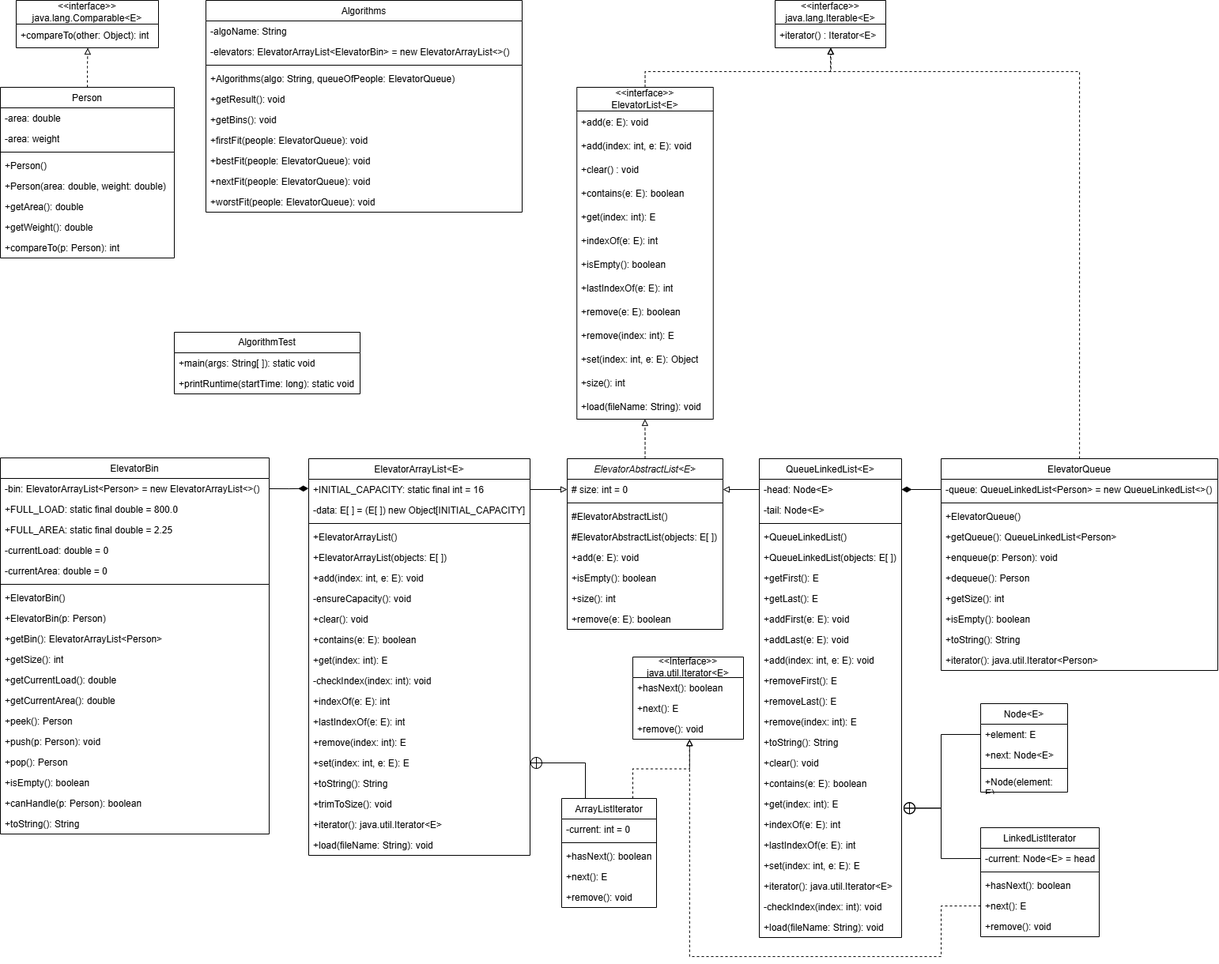
Earlier version of the draw.io export flowcharts/flowcharts-UML.drawio.png (Violetlily6060/Algorithm). Source tidied: cells renumbered, new cells last; positions are measured from the earlier drawing's top-left corner, leaving out a move shared by most shapes.
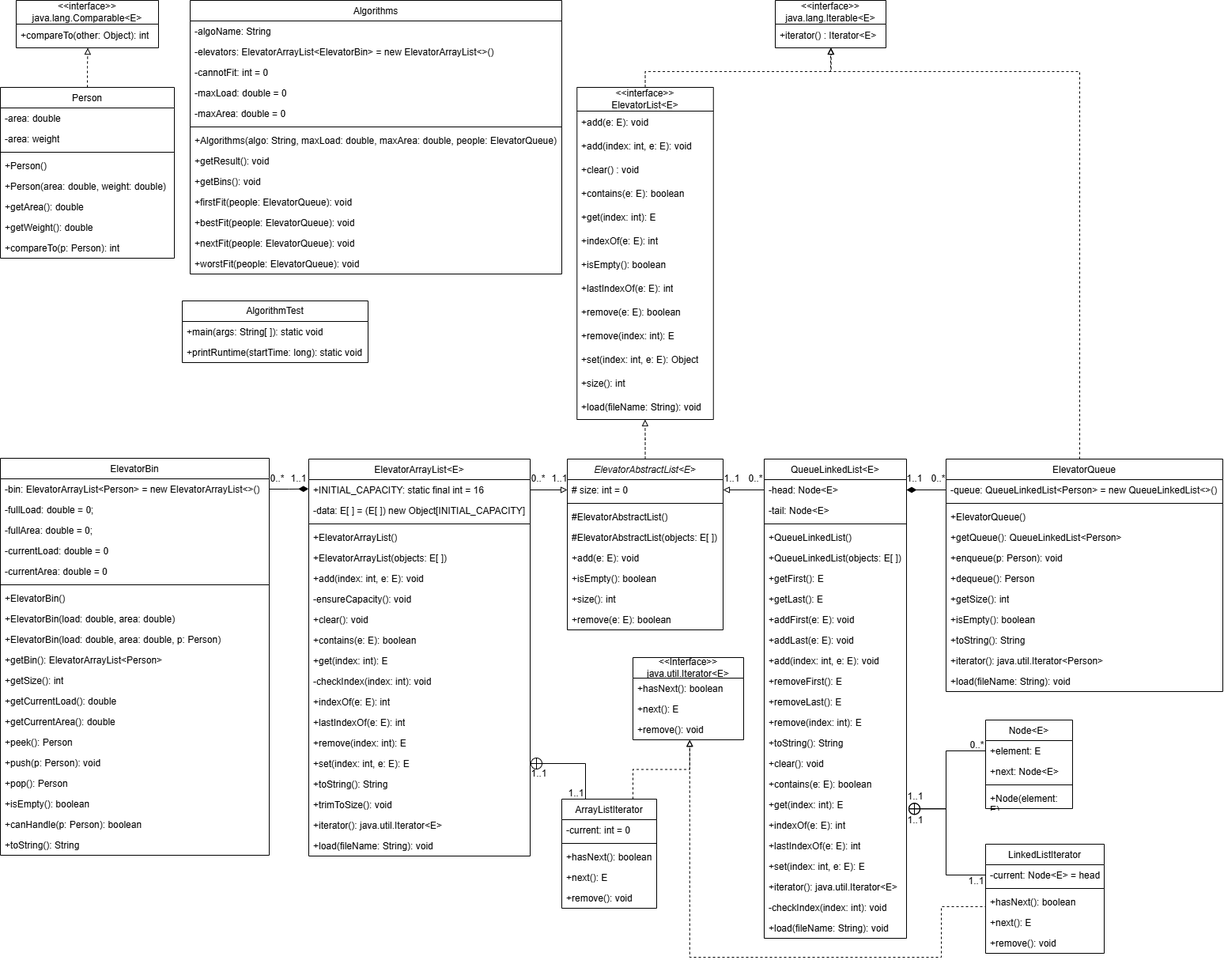
After the change.

Change to the diagram source:
```diff
@@ -172,3 +172,3 @@
     <mxCell id="56" value="&lt;span style=&quot;font-weight: normal;&quot;&gt;QueueLinkedList&amp;lt;E&amp;gt;&lt;/span&gt;" style="swimlane;fontStyle=1;align=center;verticalAlign=top;horizontal=1;startSize=26;whiteSpace=wrap;html=1;" parent="1" vertex="1">
-      <mxGeometry x="960" y="580" width="180" height="606" as="geometry" />
+      <mxGeometry x="966" y="580" width="180" height="606" as="geometry" />
     </mxCell>
@@ -256,3 +256,3 @@
     <mxCell id="84" value="&lt;span style=&quot;font-weight: normal;&quot;&gt;LinkedListIterator&lt;/span&gt;" style="swimlane;fontStyle=1;align=center;verticalAlign=top;horizontal=1;startSize=26;whiteSpace=wrap;html=1;" parent="1" vertex="1">
-      <mxGeometry x="1240" y="1047" width="150" height="138" as="geometry" />
+      <mxGeometry x="1246" y="1067" width="150" height="138" as="geometry" />
     </mxCell>
@@ -274,3 +274,3 @@
     <mxCell id="90" value="&lt;span style=&quot;font-weight: normal;&quot;&gt;Node&amp;lt;E&amp;gt;&lt;/span&gt;" style="swimlane;fontStyle=1;align=center;verticalAlign=top;horizontal=1;startSize=26;whiteSpace=wrap;html=1;" parent="1" vertex="1">
-      <mxGeometry x="1240" y="890" width="110" height="112" as="geometry" />
+      <mxGeometry x="1246" y="910" width="110" height="112" as="geometry" />
     </mxCell>
@@ -289,3 +289,3 @@
     <mxCell id="95" value="&lt;span style=&quot;font-weight: normal;&quot;&gt;ElevatorBin&lt;/span&gt;" style="swimlane;fontStyle=1;align=center;verticalAlign=top;horizontal=1;startSize=26;whiteSpace=wrap;html=1;" parent="1" vertex="1">
-      <mxGeometry y="579" width="340" height="476" as="geometry" />
+      <mxGeometry y="579" width="340" height="502" as="geometry" />
     </mxCell>
@@ -294,6 +294,6 @@
     </mxCell>
-    <mxCell id="97" value="+FULL_LOAD: static final double = 800.0" style="text;strokeColor=none;fillColor=none;align=left;verticalAlign=top;spacingLeft=4;spacingRight=4;overflow=hidden;whiteSpace=wrap;html=1;" parent="95" vertex="1">
+    <mxCell id="97" value="-fullLoad: double = 0;" style="text;strokeColor=none;fillColor=none;align=left;verticalAlign=top;spacingLeft=4;spacingRight=4;overflow=hidden;whiteSpace=wrap;html=1;" parent="95" vertex="1">
       <mxGeometry y="52" width="340" height="26" as="geometry" />
     </mxCell>
-    <mxCell id="98" value="+FULL_AREA: static final double = 2.25" style="text;strokeColor=none;fillColor=none;align=left;verticalAlign=top;spacingLeft=4;spacingRight=4;overflow=hidden;whiteSpace=wrap;html=1;" parent="95" vertex="1">
+    <mxCell id="98" value="-fullArea: double = 0;" style="text;strokeColor=none;fillColor=none;align=left;verticalAlign=top;spacingLeft=4;spacingRight=4;overflow=hidden;whiteSpace=wrap;html=1;" parent="95" vertex="1">
       <mxGeometry y="78" width="340" height="26" as="geometry" />
@@ -312,34 +312,37 @@
     </mxCell>
+    <mxCell id="160" value="+ElevatorBin(load: double, area: double)" style="text;strokeColor=none;fillColor=none;align=left;verticalAlign=top;spacingLeft=4;spacingRight=4;overflow=hidden;whiteSpace=wrap;html=1;" parent="95" vertex="1">
+      <mxGeometry y="190" width="340" height="26" as="geometry" />
+    </mxCell>
-    <mxCell id="103" value="+ElevatorBin(p: Person)" style="text;strokeColor=none;fillColor=none;align=left;verticalAlign=top;spacingLeft=4;spacingRight=4;overflow=hidden;whiteSpace=wrap;html=1;" parent="95" vertex="1">
-      <mxGeometry y="190" width="340" height="26" as="geometry" />
+    <mxCell id="103" value="+ElevatorBin(load: double, area: double, p: Person)" style="text;strokeColor=none;fillColor=none;align=left;verticalAlign=top;spacingLeft=4;spacingRight=4;overflow=hidden;whiteSpace=wrap;html=1;" parent="95" vertex="1">
+      <mxGeometry y="216" width="340" height="26" as="geometry" />
     </mxCell>
     <mxCell id="104" value="+getBin(): ElevatorArrayList&amp;lt;Person&amp;gt;" style="text;strokeColor=none;fillColor=none;align=left;verticalAlign=top;spacingLeft=4;spacingRight=4;overflow=hidden;whiteSpace=wrap;html=1;" parent="95" vertex="1">
-      <mxGeometry y="216" width="340" height="26" as="geometry" />
+      <mxGeometry y="242" width="340" height="26" as="geometry" />
     </mxCell>
     <mxCell id="105" value="+getSize(): int" style="text;strokeColor=none;fillColor=none;align=left;verticalAlign=top;spacingLeft=4;spacingRight=4;overflow=hidden;whiteSpace=wrap;html=1;" parent="95" vertex="1">
-      <mxGeometry y="242" width="340" height="26" as="geometry" />
+      <mxGeometry y="268" width="340" height="26" as="geometry" />
     </mxCell>
     <mxCell id="106" value="+getCurrentLoad(): double" style="text;strokeColor=none;fillColor=none;align=left;verticalAlign=top;spacingLeft=4;spacingRight=4;overflow=hidden;whiteSpace=wrap;html=1;" parent="95" vertex="1">
-      <mxGeometry y="268" width="340" height="26" as="geometry" />
+      <mxGeometry y="294" width="340" height="26" as="geometry" />
     </mxCell>
     <mxCell id="107" value="+getCurrentArea(): double" style="text;strokeColor=none;fillColor=none;align=left;verticalAlign=top;spacingLeft=4;spacingRight=4;overflow=hidden;whiteSpace=wrap;html=1;" parent="95" vertex="1">
-      <mxGeometry y="294" width="340" height="26" as="geometry" />
+      <mxGeometry y="320" width="340" height="26" as="geometry" />
     </mxCell>
     <mxCell id="108" value="+peek(): Person" style="text;strokeColor=none;fillColor=none;align=left;verticalAlign=top;spacingLeft=4;spacingRight=4;overflow=hidden;whiteSpace=wrap;html=1;" parent="95" vertex="1">
-      <mxGeometry y="320" width="340" height="26" as="geometry" />
+      <mxGeometry y="346" width="340" height="26" as="geometry" />
     </mxCell>
     <mxCell id="109" value="+push(p: Person): void" style="text;strokeColor=none;fillColor=none;align=left;verticalAlign=top;spacingLeft=4;spacingRight=4;overflow=hidden;whiteSpace=wrap;html=1;" parent="95" vertex="1">
-      <mxGeometry y="346" width="340" height="26" as="geometry" />
+      <mxGeometry y="372" width="340" height="26" as="geometry" />
     </mxCell>
     <mxCell id="110" value="+pop(): Person" style="text;strokeColor=none;fillColor=none;align=left;verticalAlign=top;spacingLeft=4;spacingRight=4;overflow=hidden;whiteSpace=wrap;html=1;" parent="95" vertex="1">
-      <mxGeometry y="372" width="340" height="26" as="geometry" />
+      <mxGeometry y="398" width="340" height="26" as="geometry" />
     </mxCell>
     <mxCell id="111" value="+isEmpty(): boolean" style="text;strokeColor=none;fillColor=none;align=left;verticalAlign=top;spacingLeft=4;spacingRight=4;overflow=hidden;whiteSpace=wrap;html=1;" parent="95" vertex="1">
-      <mxGeometry y="398" width="340" height="26" as="geometry" />
+      <mxGeometry y="424" width="340" height="26" as="geometry" />
     </mxCell>
     <mxCell id="112" value="+canHandle(p: Person): boolean" style="text;strokeColor=none;fillColor=none;align=left;verticalAlign=top;spacingLeft=4;spacingRight=4;overflow=hidden;whiteSpace=wrap;html=1;" parent="95" vertex="1">
-      <mxGeometry y="424" width="340" height="26" as="geometry" />
+      <mxGeometry y="450" width="340" height="26" as="geometry" />
     </mxCell>
     <mxCell id="113" value="+toString(): String" style="text;strokeColor=none;fillColor=none;align=left;verticalAlign=top;spacingLeft=4;spacingRight=4;overflow=hidden;whiteSpace=wrap;html=1;" parent="95" vertex="1">
-      <mxGeometry y="450" width="340" height="26" as="geometry" />
+      <mxGeometry y="476" width="340" height="26" as="geometry" />
     </mxCell>
@@ -349,3 +352,3 @@
     <mxCell id="115" value="&lt;span style=&quot;font-weight: normal;&quot;&gt;ElevatorQueue&lt;/span&gt;" style="swimlane;fontStyle=1;align=center;verticalAlign=top;horizontal=1;startSize=26;whiteSpace=wrap;html=1;" parent="1" vertex="1">
-      <mxGeometry x="1190" y="580" width="350" height="268" as="geometry" />
+      <mxGeometry x="1196" y="580" width="350" height="294" as="geometry" />
     </mxCell>
@@ -381,2 +384,5 @@
     </mxCell>
+    <mxCell id="161" value="+load(fileName: String): void" style="text;strokeColor=none;fillColor=none;align=left;verticalAlign=top;spacingLeft=4;spacingRight=4;overflow=hidden;whiteSpace=wrap;html=1;" parent="115" vertex="1">
+      <mxGeometry y="268" width="350" height="26" as="geometry" />
+    </mxCell>
     <mxCell id="126" style="edgeStyle=orthogonalEdgeStyle;rounded=0;jettySize=auto;html=1;exitX=0;exitY=0.5;exitDx=0;exitDy=0;entryX=1;entryY=0.5;entryDx=0;entryDy=0;endArrow=diamondThin;endFill=1;endSize=10;" parent="1" edge="1" source="116" target="57">
@@ -453,36 +459,45 @@
     <mxCell id="146" value="&lt;span style=&quot;font-weight: normal;&quot;&gt;Algorithms&lt;/span&gt;" style="swimlane;fontStyle=1;align=center;verticalAlign=top;horizontal=1;startSize=26;whiteSpace=wrap;html=1;" parent="1" vertex="1">
-      <mxGeometry x="260" width="400" height="268" as="geometry" />
+      <mxGeometry x="240" width="470" height="346" as="geometry" />
     </mxCell>
     <mxCell id="147" value="-algoName: String" style="text;strokeColor=none;fillColor=none;align=left;verticalAlign=top;spacingLeft=4;spacingRight=4;overflow=hidden;whiteSpace=wrap;html=1;" parent="146" vertex="1">
-      <mxGeometry y="26" width="400" height="26" as="geometry" />
+      <mxGeometry y="26" width="470" height="26" as="geometry" />
     </mxCell>
     <mxCell id="148" value="-elevators: ElevatorArrayList&amp;lt;ElevatorBin&amp;gt; = new ElevatorArrayList&amp;lt;&amp;gt;()" style="text;strokeColor=none;fillColor=none;align=left;verticalAlign=top;spacingLeft=4;spacingRight=4;overflow=hidden;whiteSpace=wrap;html=1;" parent="146" vertex="1">
-      <mxGeometry y="52" width="400" height="26" as="geometry" />
+      <mxGeometry y="52" width="470" height="26" as="geometry" />
     </mxCell>
+    <mxCell id="162" value="-cannotFit: int = 0" style="text;strokeColor=none;fillColor=none;align=left;verticalAlign=top;spacingLeft=4;spacingRight=4;overflow=hidden;whiteSpace=wrap;html=1;" parent="146" vertex="1">
+      <mxGeometry y="78" width="470" height="26" as="geometry" />
+    </mxCell>
+    <mxCell id="163" value="-maxLoad: double = 0" style="text;strokeColor=none;fillColor=none;align=left;verticalAlign=top;spacingLeft=4;spacingRight=4;overflow=hidden;whiteSpace=wrap;html=1;" parent="146" vertex="1">
+      <mxGeometry y="104" width="470" height="26" as="geometry" />
+    </mxCell>
+    <mxCell id="164" value="-maxArea: double = 0" style="text;strokeColor=none;fillColor=none;align=left;verticalAlign=top;spacingLeft=4;spacingRight=4;overflow=hidden;whiteSpace=wrap;html=1;" parent="146" vertex="1">
+      <mxGeometry y="130" width="470" height="26" as="geometry" />
+    </mxCell>
     <mxCell id="149" style="line;strokeWidth=1;fillColor=none;align=left;verticalAlign=middle;spacingTop=-1;spacingLeft=3;spacingRight=3;labelPosition=right;strokeColor=inherit;" parent="146" vertex="1">
-      <mxGeometry y="78" width="400" height="8" as="geometry" />
+      <mxGeometry y="156" width="470" height="8" as="geometry" />
     </mxCell>
-    <mxCell id="150" value="+Algorithms(algo: String, queueOfPeople: ElevatorQueue)" style="text;strokeColor=none;fillColor=none;align=left;verticalAlign=top;spacingLeft=4;spacingRight=4;overflow=hidden;whiteSpace=wrap;html=1;" parent="146" vertex="1">
-      <mxGeometry y="86" width="400" height="26" as="geometry" />
+    <mxCell id="150" value="+Algorithms(algo: String, maxLoad: double, maxArea: double, people: ElevatorQueue)" style="text;strokeColor=none;fillColor=none;align=left;verticalAlign=top;spacingLeft=4;spacingRight=4;overflow=hidden;whiteSpace=wrap;html=1;" parent="146" vertex="1">
+      <mxGeometry y="164" width="470" height="26" as="geometry" />
     </mxCell>
     <mxCell id="151" value="+getResult(): void" style="text;strokeColor=none;fillColor=none;align=left;verticalAlign=top;spacingLeft=4;spacingRight=4;overflow=hidden;whiteSpace=wrap;html=1;" parent="146" vertex="1">
-      <mxGeometry y="112" width="400" height="26" as="geometry" />
+      <mxGeometry y="190" width="470" height="26" as="geometry" />
     </mxCell>
     <mxCell id="152" value="+getBins(): void" style="text;strokeColor=none;fillColor=none;align=left;verticalAlign=top;spacingLeft=4;spacingRight=4;overflow=hidden;whiteSpace=wrap;html=1;" parent="146" vertex="1">
-      <mxGeometry y="138" width="400" height="26" as="geometry" />
+      <mxGeometry y="216" width="470" height="26" as="geometry" />
     </mxCell>
     <mxCell id="153" value="+firstFit(people: ElevatorQueue): void" style="text;strokeColor=none;fillColor=none;align=left;verticalAlign=top;spacingLeft=4;spacingRight=4;overflow=hidden;whiteSpace=wrap;html=1;" parent="146" vertex="1">
-      <mxGeometry y="164" width="400" height="26" as="geometry" />
+      <mxGeometry y="242" width="470" height="26" as="geometry" />
     </mxCell>
     <mxCell id="154" value="+bestFit(people: ElevatorQueue): void" style="text;strokeColor=none;fillColor=none;align=left;verticalAlign=top;spacingLeft=4;spacingRight=4;overflow=hidden;whiteSpace=wrap;html=1;" parent="146" vertex="1">
-      <mxGeometry y="190" width="400" height="26" as="geometry" />
+      <mxGeometry y="268" width="470" height="26" as="geometry" />
     </mxCell>
     <mxCell id="155" value="+nextFit(people: ElevatorQueue): void" style="text;strokeColor=none;fillColor=none;align=left;verticalAlign=top;spacingLeft=4;spacingRight=4;overflow=hidden;whiteSpace=wrap;html=1;" parent="146" vertex="1">
-      <mxGeometry y="216" width="400" height="26" as="geometry" />
+      <mxGeometry y="294" width="470" height="26" as="geometry" />
     </mxCell>
     <mxCell id="156" value="+worstFit(people: ElevatorQueue): void" style="text;strokeColor=none;fillColor=none;align=left;verticalAlign=top;spacingLeft=4;spacingRight=4;overflow=hidden;whiteSpace=wrap;html=1;" parent="146" vertex="1">
-      <mxGeometry y="242" width="400" height="26" as="geometry" />
+      <mxGeometry y="320" width="470" height="26" as="geometry" />
     </mxCell>
     <mxCell id="157" value="AlgorithmTest" style="swimlane;fontStyle=0;horizontal=1;startSize=26;fillColor=none;whiteSpace=wrap;html=1;" parent="1" vertex="1">
-      <mxGeometry x="220" y="420" width="235" height="78" as="geometry" />
+      <mxGeometry x="230" y="380" width="235" height="78" as="geometry" />
     </mxCell>
@@ -494,2 +509,44 @@
     </mxCell>
+    <mxCell id="165" value="0..*" style="text;html=1;align=center;verticalAlign=middle;strokeColor=none;fillColor=none;" parent="1" vertex="1">
+      <mxGeometry x="1166" y="590" width="40" height="30" as="geometry" />
+    </mxCell>
+    <mxCell id="166" value="1..1" style="text;html=1;align=center;verticalAlign=middle;strokeColor=none;fillColor=none;" parent="1" vertex="1">
+      <mxGeometry x="1136" y="590" width="40" height="30" as="geometry" />
+    </mxCell>
+    <mxCell id="167" value="0..*" style="text;html=1;align=center;verticalAlign=middle;strokeColor=none;fillColor=none;" parent="1" vertex="1">
+      <mxGeometry x="934.8" y="590" width="40" height="30" as="geometry" />
+    </mxCell>
+    <mxCell id="168" value="1..1" style="text;html=1;align=center;verticalAlign=middle;strokeColor=none;fillColor=none;" parent="1" vertex="1">
+      <mxGeometry x="904.8" y="590" width="40" height="30" as="geometry" />
+    </mxCell>
+    <mxCell id="169" value="1..1" style="text;html=1;align=center;verticalAlign=middle;strokeColor=none;fillColor=none;" parent="1" vertex="1">
+      <mxGeometry x="687.2" y="590" width="40" height="30" as="geometry" />
+    </mxCell>
+    <mxCell id="170" value="0..*" style="text;html=1;align=center;verticalAlign=middle;strokeColor=none;fillColor=none;" parent="1" vertex="1">
+      <mxGeometry x="660" y="590" width="40" height="30" as="geometry" />
+    </mxCell>
+    <mxCell id="171" value="1..1" style="text;html=1;align=center;verticalAlign=middle;strokeColor=none;fillColor=none;" parent="1" vertex="1">
+      <mxGeometry x="357.2" y="590" width="40" height="30" as="geometry" />
+    </mxCell>
+    <mxCell id="172" value="0..*" style="text;html=1;align=center;verticalAlign=middle;strokeColor=none;fillColor=none;" parent="1" vertex="1">
+      <mxGeometry x="330" y="590" width="40" height="30" as="geometry" />
+    </mxCell>
+    <mxCell id="173" value="1..1" style="text;html=1;align=center;verticalAlign=middle;strokeColor=none;fillColor=none;" parent="1" vertex="1">
+      <mxGeometry x="1137" y="992" width="40" height="30" as="geometry" />
+    </mxCell>
+    <mxCell id="174" value="0..*" style="text;html=1;align=center;verticalAlign=middle;strokeColor=none;fillColor=none;" parent="1" vertex="1">
+      <mxGeometry x="1215" y="927" width="40" height="30" as="geometry" />
+    </mxCell>
+    <mxCell id="175" value="1..1" style="text;html=1;align=center;verticalAlign=middle;strokeColor=none;fillColor=none;" parent="1" vertex="1">
+      <mxGeometry x="1214" y="1099" width="40" height="30" as="geometry" />
+    </mxCell>
+    <mxCell id="176" value="1..1" style="text;html=1;align=center;verticalAlign=middle;strokeColor=none;fillColor=none;" parent="1" vertex="1">
+      <mxGeometry x="1137" y="1022" width="40" height="30" as="geometry" />
+    </mxCell>
+    <mxCell id="177" value="1..1" style="text;html=1;align=center;verticalAlign=middle;strokeColor=none;fillColor=none;" parent="1" vertex="1">
+      <mxGeometry x="661" y="963" width="40" height="30" as="geometry" />
+    </mxCell>
+    <mxCell id="178" value="1..1" style="text;html=1;align=center;verticalAlign=middle;strokeColor=none;fillColor=none;" parent="1" vertex="1">
+      <mxGeometry x="708" y="988" width="40" height="30" as="geometry" />
+    </mxCell>
   </root>
```
